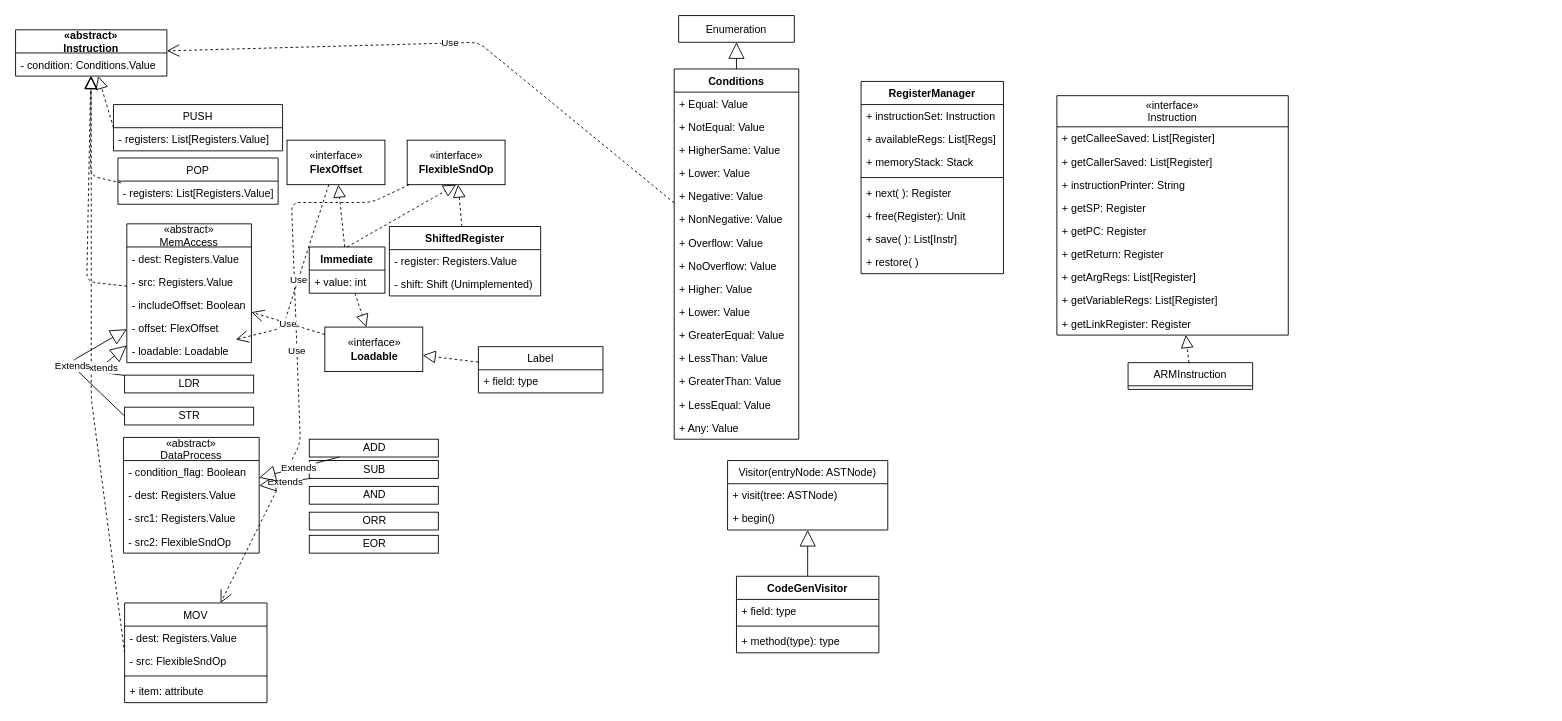
Earlier version of the draw.io diagram Class_Diagrams/CodeGeneration.drawio (ochaib/while-language-compiler). Source tidied: cells renumbered, new cells numbered last; positions are measured from the earlier drawing's top-left corner, leaving out a move shared by most shapes. Both pictures are drawn from the tidied source at 89%, with x=0, y=0 at pixel (15, 15).
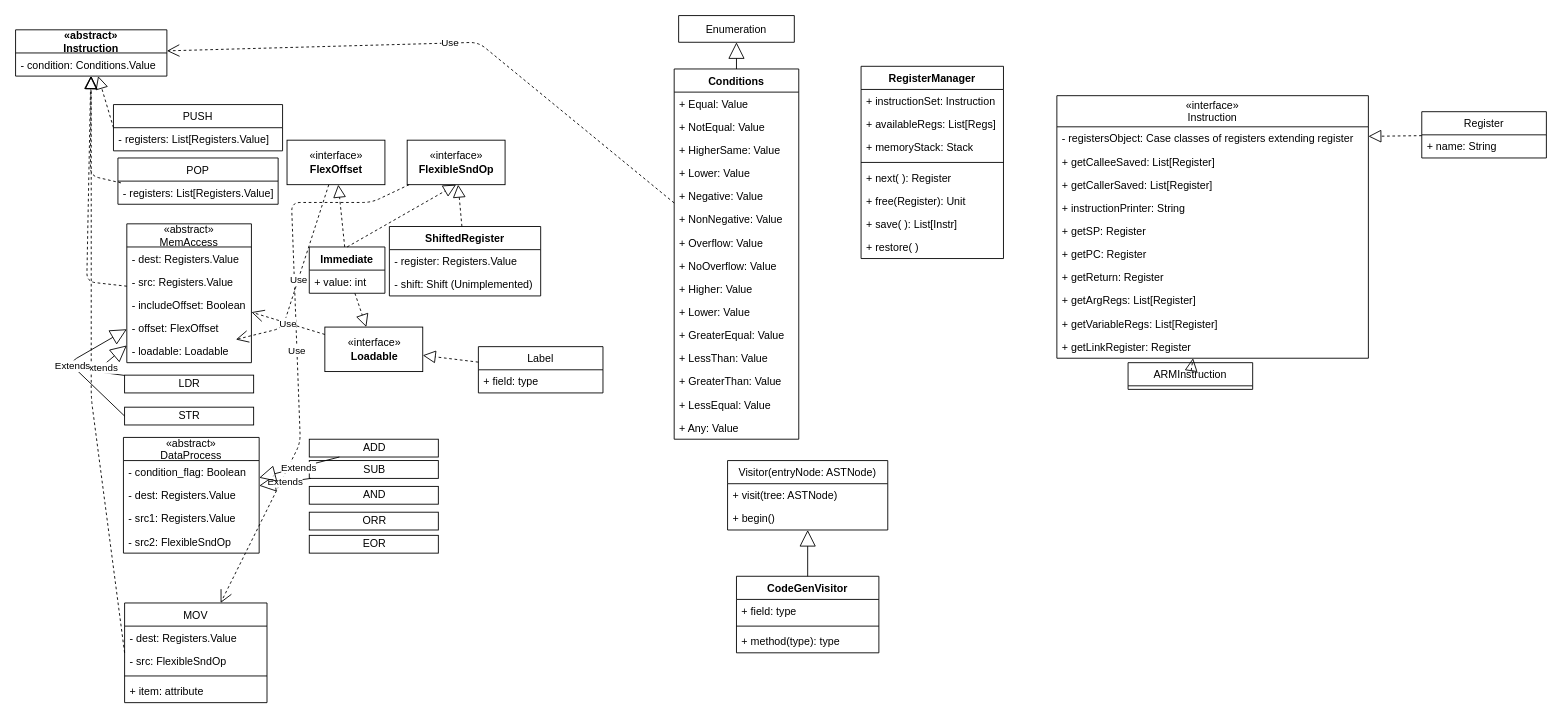
The same diagram, later.

Commit message:
added instruction field

What changed in the source:
```diff
@@
     <mxCell id="84" value="«interface»&#10;Instruction" style="swimlane;fontStyle=0;horizontal=1;startSize=35;fillColor=none;" parent="1" vertex="1">
-      <mxGeometry x="1170" y="90" width="260" height="269" as="geometry" />
+      <mxGeometry x="1170" y="90" width="350" height="295" as="geometry" />
     </mxCell>
+    <mxCell id="105" value="- registersObject: Case classes of registers extending register" style="text;strokeColor=none;fillColor=none;align=left;verticalAlign=top;spacingLeft=4;spacingRight=4;overflow=hidden;points=[[0,0.5],[1,0.5]];portConstraint=eastwest;" parent="84" vertex="1">
+      <mxGeometry y="35" width="350" height="26" as="geometry" />
+    </mxCell>
     <mxCell id="85" value="+ getCalleeSaved: List[Register]" style="text;strokeColor=none;fillColor=none;align=left;verticalAlign=top;spacingLeft=4;spacingRight=4;overflow=hidden;" parent="84" vertex="1">
-      <mxGeometry y="35" width="260" height="26" as="geometry" />
+      <mxGeometry y="61" width="350" height="26" as="geometry" />
     </mxCell>
     <mxCell id="86" value="+ getCallerSaved: List[Register]" style="text;strokeColor=none;fillColor=none;align=left;verticalAlign=top;spacingLeft=4;spacingRight=4;overflow=hidden;" parent="84" vertex="1">
-      <mxGeometry y="61" width="260" height="26" as="geometry" />
+      <mxGeometry y="87" width="350" height="26" as="geometry" />
     </mxCell>
     <mxCell id="87" value="+ instructionPrinter: String" style="text;strokeColor=none;fillColor=none;align=left;verticalAlign=top;spacingLeft=4;spacingRight=4;overflow=hidden;" parent="84" vertex="1">
-      <mxGeometry y="87" width="260" height="26" as="geometry" />
+      <mxGeometry y="113" width="350" height="26" as="geometry" />
     </mxCell>
     <mxCell id="88" value="+ getSP: Register" style="text;strokeColor=none;fillColor=none;align=left;verticalAlign=top;spacingLeft=4;spacingRight=4;overflow=hidden;" parent="84" vertex="1">
-      <mxGeometry y="113" width="260" height="26" as="geometry" />
+      <mxGeometry y="139" width="350" height="26" as="geometry" />
     </mxCell>
     <mxCell id="89" value="+ getPC: Register" style="text;strokeColor=none;fillColor=none;align=left;verticalAlign=top;spacingLeft=4;spacingRight=4;overflow=hidden;" parent="84" vertex="1">
-      <mxGeometry y="139" width="260" height="26" as="geometry" />
+      <mxGeometry y="165" width="350" height="26" as="geometry" />
     </mxCell>
     <mxCell id="90" value="+ getReturn: Register" style="text;strokeColor=none;fillColor=none;align=left;verticalAlign=top;spacingLeft=4;spacingRight=4;overflow=hidden;" parent="84" vertex="1">
-      <mxGeometry y="165" width="260" height="26" as="geometry" />
+      <mxGeometry y="191" width="350" height="26" as="geometry" />
     </mxCell>
     <mxCell id="91" value="+ getArgRegs: List[Register]" style="text;strokeColor=none;fillColor=none;align=left;verticalAlign=top;spacingLeft=4;spacingRight=4;overflow=hidden;" parent="84" vertex="1">
-      <mxGeometry y="191" width="260" height="26" as="geometry" />
+      <mxGeometry y="217" width="350" height="26" as="geometry" />
     </mxCell>
     <mxCell id="92" value="+ getVariableRegs: List[Register]" style="text;strokeColor=none;fillColor=none;align=left;verticalAlign=top;spacingLeft=4;spacingRight=4;overflow=hidden;" parent="84" vertex="1">
-      <mxGeometry y="217" width="260" height="26" as="geometry" />
+      <mxGeometry y="243" width="350" height="26" as="geometry" />
     </mxCell>
     <mxCell id="93" value="+ getLinkRegister: Register" style="text;strokeColor=none;fillColor=none;align=left;verticalAlign=top;spacingLeft=4;spacingRight=4;overflow=hidden;" parent="84" vertex="1">
-      <mxGeometry y="243" width="260" height="26" as="geometry" />
+      <mxGeometry y="269" width="350" height="26" as="geometry" />
     </mxCell>
@@
     <mxCell id="96" value="RegisterManager" style="swimlane;fontStyle=1;align=center;verticalAlign=top;horizontal=1;startSize=26;" parent="1" vertex="1">
-      <mxGeometry x="950" y="74" width="160" height="216" as="geometry" />
+      <mxGeometry x="950" y="57" width="160" height="216" as="geometry" />
     </mxCell>
@@
+    <mxCell id="106" value="Register" style="swimlane;fontStyle=0;horizontal=1;startSize=26;fillColor=none;" parent="1" vertex="1">
+      <mxGeometry x="1580" y="108" width="140" height="52" as="geometry" />
+    </mxCell>
+    <mxCell id="107" value="+ name: String" style="text;strokeColor=none;fillColor=none;align=left;verticalAlign=top;spacingLeft=4;spacingRight=4;overflow=hidden;" parent="106" vertex="1">
+      <mxGeometry y="26" width="140" height="26" as="geometry" />
+    </mxCell>
+    <mxCell id="108" style="endArrow=block;dashed=1;endFill=0;endSize=12;html=1;" parent="1" edge="1" source="106" target="105">
+      <mxGeometry relative="1" as="geometry" />
+    </mxCell>
```
